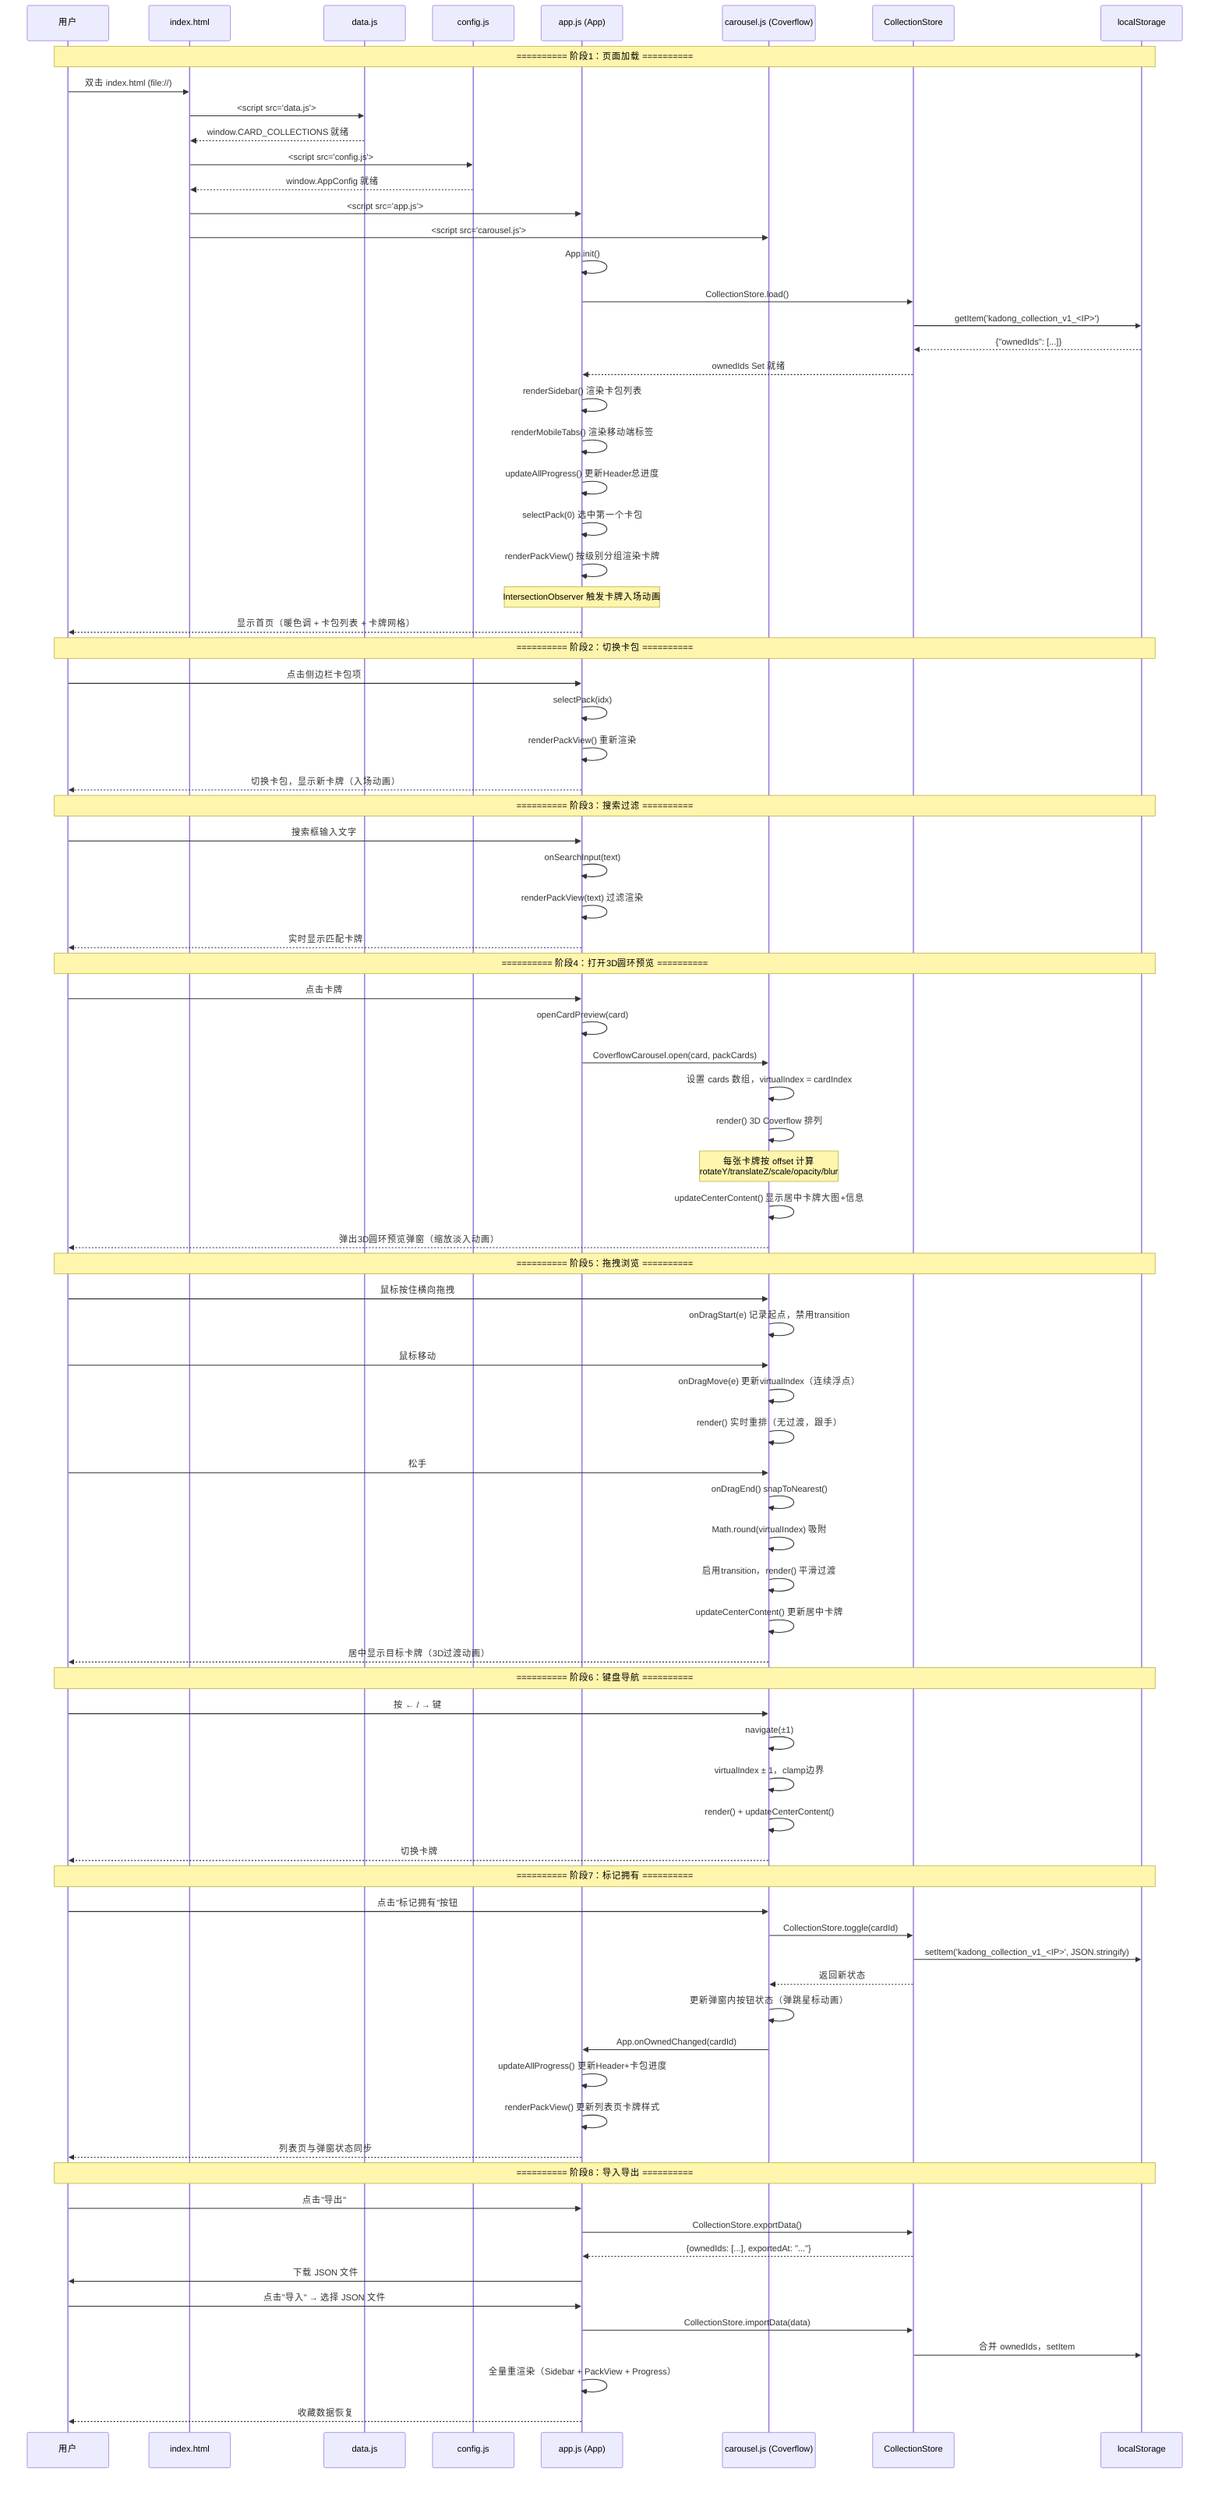
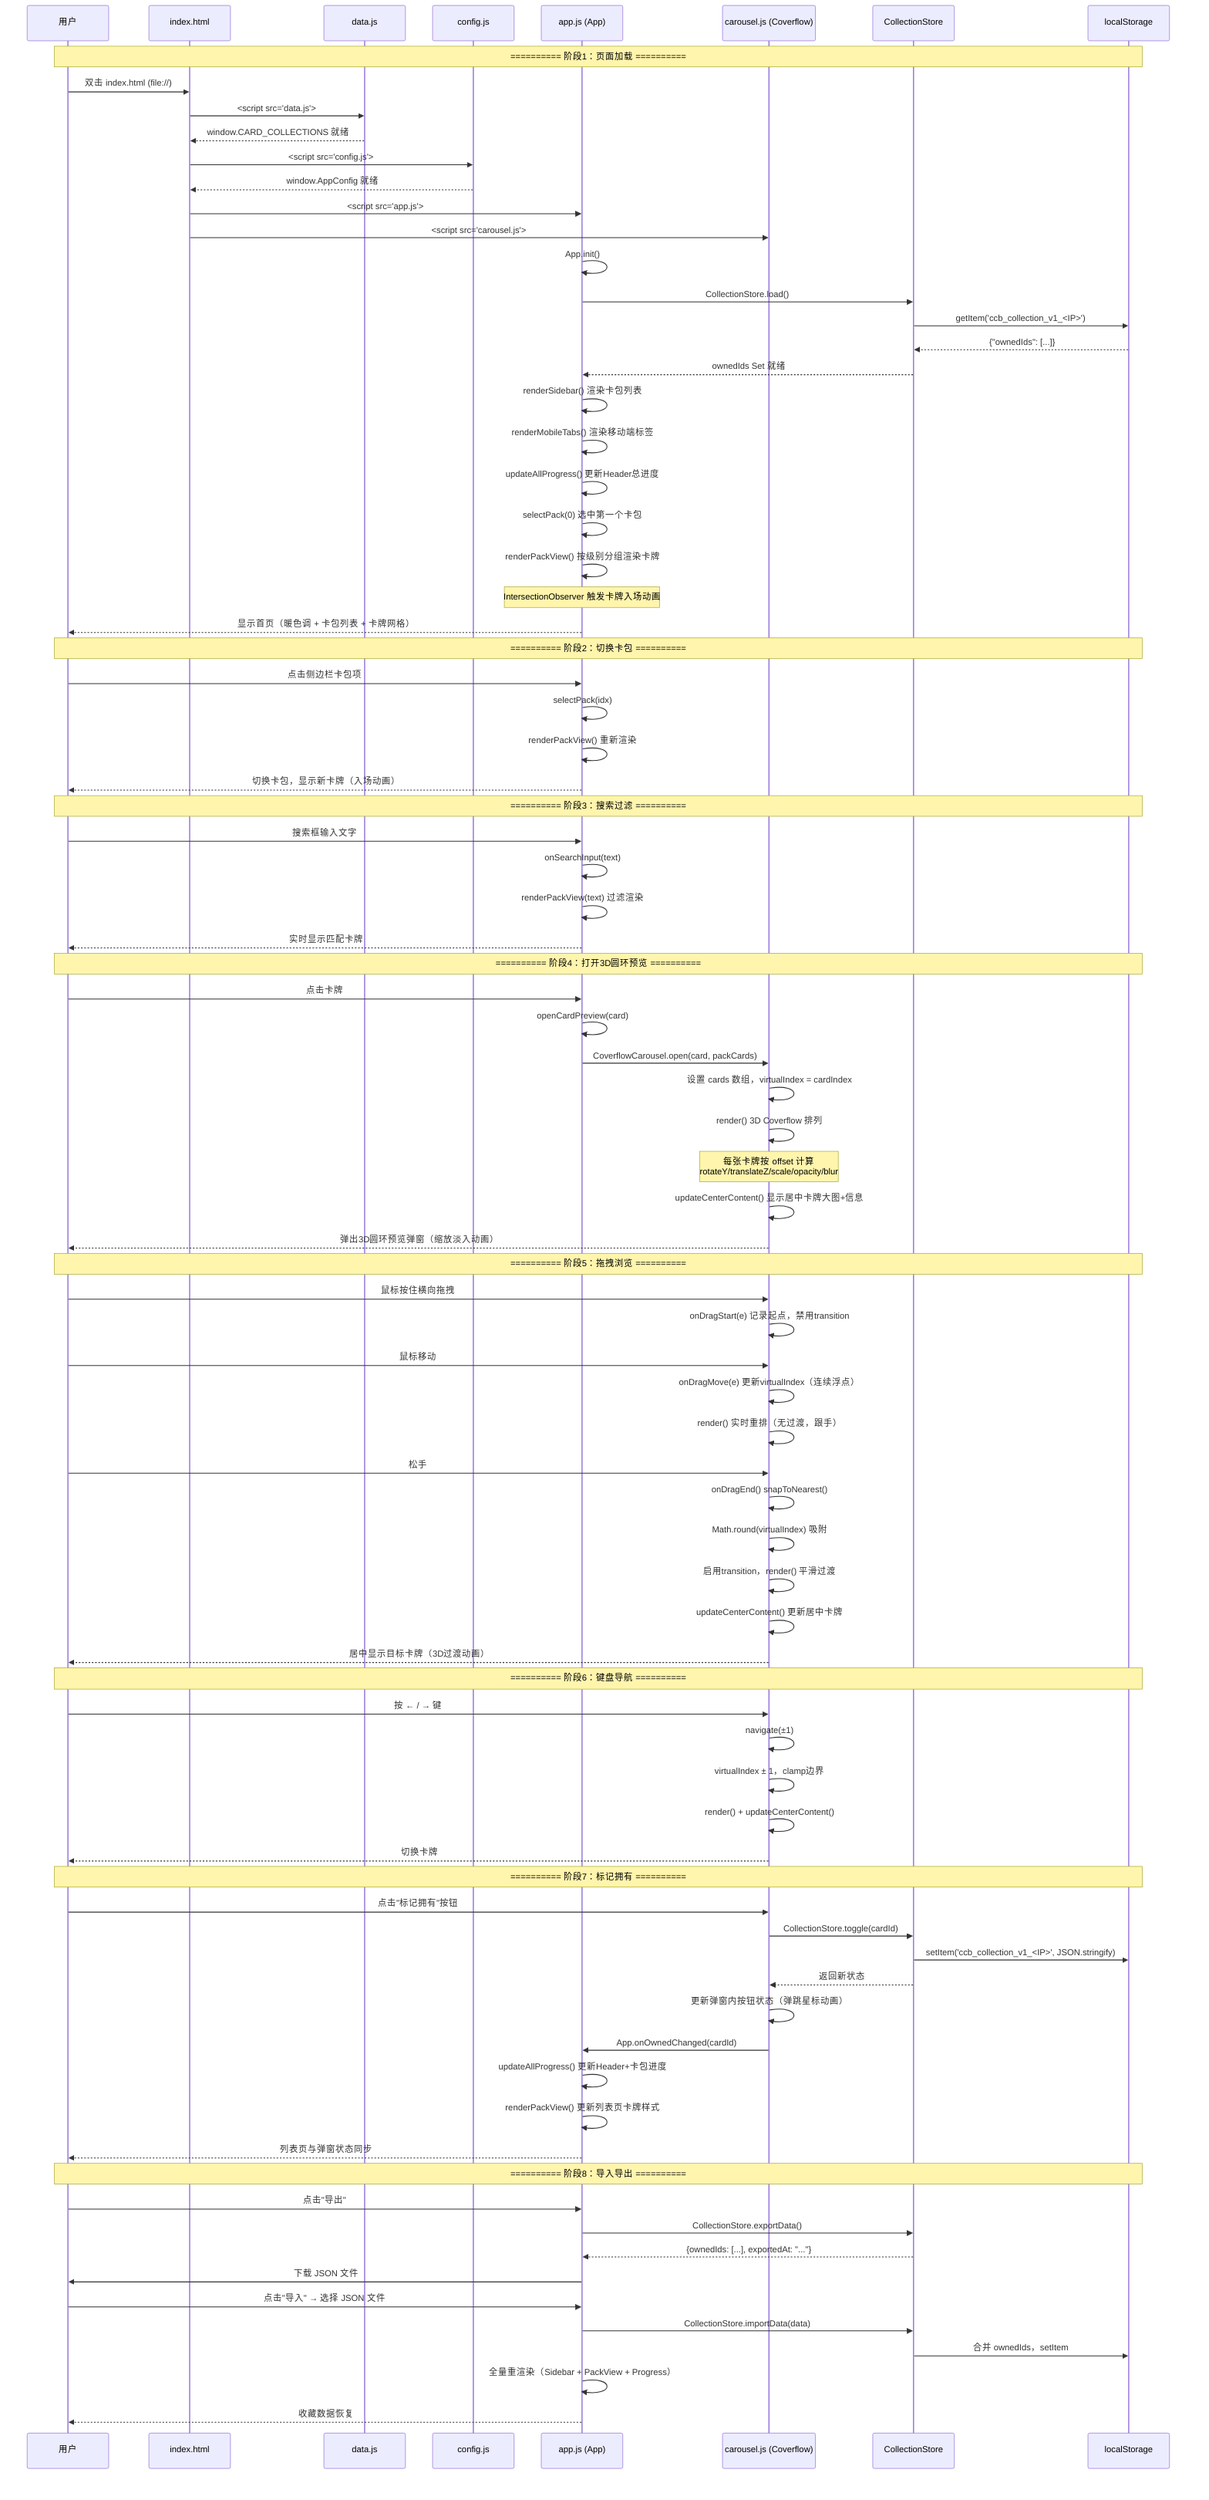
sequenceDiagram
    participant User as 用户
    participant HTML as index.html
    participant DataJS as data.js
    participant Config as config.js
    participant App as app.js (App)
    participant Carousel as carousel.js (Coverflow)
    participant Store as CollectionStore
    participant LS as localStorage

    Note over User,LS: ========== 阶段1：页面加载 ==========
    User->>HTML: 双击 index.html (file://)
    HTML->>DataJS: <script src="data.js">
    DataJS-->>HTML: window.CARD_COLLECTIONS 就绪
    HTML->>Config: <script src="config.js">
    Config-->>HTML: window.AppConfig 就绪
    HTML->>App: <script src="app.js">
    HTML->>Carousel: <script src="carousel.js">
    App->>App: App.init()
    App->>Store: CollectionStore.load()
-     Store->>LS: getItem('kadong_collection_v1_<IP>')
+     Store->>LS: getItem('ccb_collection_v1_<IP>')
    LS-->>Store: {"ownedIds": [...]}
    Store-->>App: ownedIds Set 就绪

    App->>App: renderSidebar() 渲染卡包列表
    App->>App: renderMobileTabs() 渲染移动端标签
    App->>App: updateAllProgress() 更新Header总进度
    App->>App: selectPack(0) 选中第一个卡包
    App->>App: renderPackView() 按级别分组渲染卡牌
    Note over App: IntersectionObserver 触发卡牌入场动画
    App-->>User: 显示首页（暖色调 + 卡包列表 + 卡牌网格）

    Note over User,LS: ========== 阶段2：切换卡包 ==========
    User->>App: 点击侧边栏卡包项
    App->>App: selectPack(idx)
    App->>App: renderPackView() 重新渲染
    App-->>User: 切换卡包，显示新卡牌（入场动画）

    Note over User,LS: ========== 阶段3：搜索过滤 ==========
    User->>App: 搜索框输入文字
    App->>App: onSearchInput(text)
    App->>App: renderPackView(text) 过滤渲染
    App-->>User: 实时显示匹配卡牌

    Note over User,LS: ========== 阶段4：打开3D圆环预览 ==========
    User->>App: 点击卡牌
    App->>App: openCardPreview(card)
    App->>Carousel: CoverflowCarousel.open(card, packCards)
    Carousel->>Carousel: 设置 cards 数组，virtualIndex = cardIndex
    Carousel->>Carousel: render() 3D Coverflow 排列
    Note over Carousel: 每张卡牌按 offset 计算<br/>rotateY/translateZ/scale/opacity/blur
    Carousel->>Carousel: updateCenterContent() 显示居中卡牌大图+信息
    Carousel-->>User: 弹出3D圆环预览弹窗（缩放淡入动画）

    Note over User,LS: ========== 阶段5：拖拽浏览 ==========
    User->>Carousel: 鼠标按住横向拖拽
    Carousel->>Carousel: onDragStart(e) 记录起点，禁用transition
    User->>Carousel: 鼠标移动
    Carousel->>Carousel: onDragMove(e) 更新virtualIndex（连续浮点）
    Carousel->>Carousel: render() 实时重排（无过渡，跟手）
    User->>Carousel: 松手
    Carousel->>Carousel: onDragEnd() snapToNearest()
    Carousel->>Carousel: Math.round(virtualIndex) 吸附
    Carousel->>Carousel: 启用transition，render() 平滑过渡
    Carousel->>Carousel: updateCenterContent() 更新居中卡牌
    Carousel-->>User: 居中显示目标卡牌（3D过渡动画）

    Note over User,LS: ========== 阶段6：键盘导航 ==========
    User->>Carousel: 按 ← / → 键
    Carousel->>Carousel: navigate(±1)
    Carousel->>Carousel: virtualIndex ± 1，clamp边界
    Carousel->>Carousel: render() + updateCenterContent()
    Carousel-->>User: 切换卡牌

    Note over User,LS: ========== 阶段7：标记拥有 ==========
    User->>Carousel: 点击"标记拥有"按钮
    Carousel->>Store: CollectionStore.toggle(cardId)
-     Store->>LS: setItem('kadong_collection_v1_<IP>', JSON.stringify)
+     Store->>LS: setItem('ccb_collection_v1_<IP>', JSON.stringify)
    Store-->>Carousel: 返回新状态
    Carousel->>Carousel: 更新弹窗内按钮状态（弹跳星标动画）
    Carousel->>App: App.onOwnedChanged(cardId)
    App->>App: updateAllProgress() 更新Header+卡包进度
    App->>App: renderPackView() 更新列表页卡牌样式
    App-->>User: 列表页与弹窗状态同步

    Note over User,LS: ========== 阶段8：导入导出 ==========
    User->>App: 点击"导出"
    App->>Store: CollectionStore.exportData()
    Store-->>App: {ownedIds: [...], exportedAt: "..."}
    App->>User: 下载 JSON 文件

    User->>App: 点击"导入" → 选择 JSON 文件
    App->>Store: CollectionStore.importData(data)
    Store->>LS: 合并 ownedIds，setItem
    App->>App: 全量重渲染（Sidebar + PackView + Progress）
    App-->>User: 收藏数据恢复
